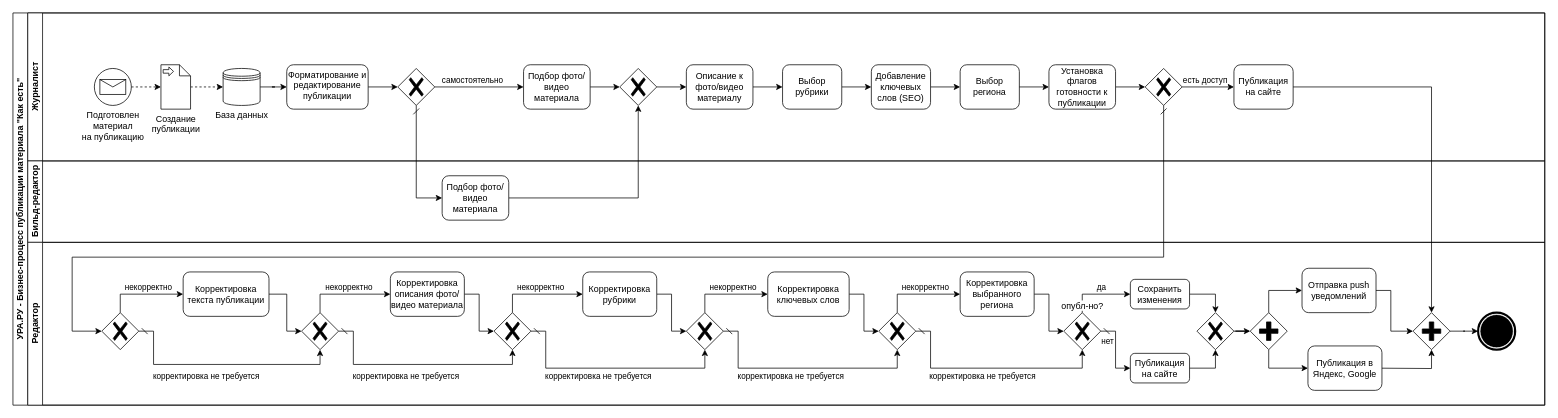
jsob/diagrams keeps this draw.io diagram as page "bpmn_uranews_v2" (2 of 3) of uranews.drawio. Above is the earlier version. Source tidied: cells renumbered, new cells numbered last; positions are measured from the earlier drawing's top-left corner, leaving out a move shared by most shapes. Both pictures are drawn from the tidied source at 74%, with x=0, y=0 at pixel (13, 13).
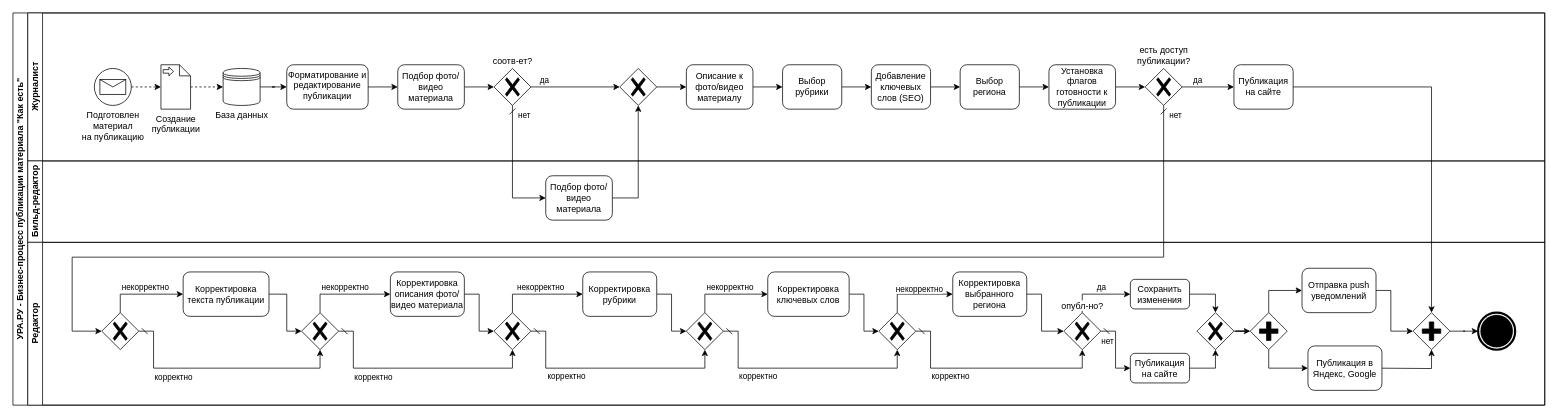
Above is the later version.

Unchanged cells that the change refers to:
```xml
<mxCell id="2" value="УРА.РУ - Бизнес-процесс публикации материала &quot;Как есть&quot;" style="swimlane;html=1;horizontal=0;startSize=20;whiteSpace=wrap;" parent="1" vertex="1">
  <mxGeometry width="2070" height="530" as="geometry" />
</mxCell>
<mxCell id="3" value="Журналист" style="swimlane;html=1;startSize=20;horizontal=0;" parent="2" vertex="1">
  <mxGeometry x="20" width="2050" height="200" as="geometry" />
</mxCell>
<mxCell id="9" value="Форматирование и редактирование&lt;br&gt;публикации" style="rounded=1;whiteSpace=wrap;html=1;verticalAlign=top;" parent="3" vertex="1">
  <mxGeometry x="350" y="70" width="110" height="60" as="geometry" />
</mxCell>
<mxCell id="26" style="edgeStyle=orthogonalEdgeStyle;rounded=0;jettySize=auto;html=1;entryX=0;entryY=0.5;entryDx=0;entryDy=0;" parent="3" edge="1" source="19" target="25">
  <mxGeometry relative="1" as="geometry" />
</mxCell>
<mxCell id="29" style="points=[[0.25,0.25,0],[0.5,0,0],[0.75,0.25,0],[1,0.5,0],[0.75,0.75,0],[0.5,1,0],[0.25,0.75,0],[0,0.5,0]];shape=mxgraph.bpmn.gateway2;html=1;verticalLabelPosition=bottom;labelBackgroundColor=#ffffff;verticalAlign=top;align=center;perimeter=rhombusPerimeter;outlineConnect=0;outline=none;symbol=none;gwType=exclusive;" parent="3" vertex="1">
  <mxGeometry x="800" y="75" width="50" height="50" as="geometry" />
</mxCell>
<mxCell id="35" value="Бильд-редактор" style="swimlane;html=1;startSize=20;horizontal=0;" parent="2" vertex="1">
  <mxGeometry x="20" y="200" width="2050" height="110" as="geometry" />
</mxCell>
<mxCell id="37" value="Редактор" style="swimlane;html=1;startSize=20;horizontal=0;" parent="2" vertex="1">
  <mxGeometry x="20" y="310" width="2050" height="220" as="geometry" />
</mxCell>
<mxCell id="44" style="edgeStyle=orthogonalEdgeStyle;rounded=0;jettySize=auto;html=1;exitX=0.5;exitY=0;exitDx=0;exitDy=0;exitPerimeter=0;entryX=0;entryY=0.5;entryDx=0;entryDy=0;" parent="37" edge="1" source="48" target="39">
  <mxGeometry relative="1" as="geometry" />
</mxCell>
<mxCell id="48" style="points=[[0.25,0.25,0],[0.5,0,0],[0.75,0.25,0],[1,0.5,0],[0.75,0.75,0],[0.5,1,0],[0.25,0.75,0],[0,0.5,0]];shape=mxgraph.bpmn.gateway2;html=1;verticalLabelPosition=bottom;labelBackgroundColor=#ffffff;verticalAlign=top;align=center;perimeter=rhombusPerimeter;outlineConnect=0;outline=none;symbol=none;gwType=exclusive;" parent="37" vertex="1">
  <mxGeometry x="100" y="95" width="50" height="50" as="geometry" />
</mxCell>
<mxCell id="49" style="edgeStyle=orthogonalEdgeStyle;rounded=0;jettySize=auto;html=1;exitX=0.5;exitY=0;exitDx=0;exitDy=0;exitPerimeter=0;entryX=0;entryY=0.5;entryDx=0;entryDy=0;" parent="37" edge="1" source="53" target="41">
  <mxGeometry relative="1" as="geometry">
    <Array as="points">
      <mxPoint x="395" y="70" />
    </Array>
  </mxGeometry>
</mxCell>
<mxCell id="53" style="points=[[0.25,0.25,0],[0.5,0,0],[0.75,0.25,0],[1,0.5,0],[0.75,0.75,0],[0.5,1,0],[0.25,0.75,0],[0,0.5,0]];shape=mxgraph.bpmn.gateway2;html=1;verticalLabelPosition=bottom;labelBackgroundColor=#ffffff;verticalAlign=top;align=center;perimeter=rhombusPerimeter;outlineConnect=0;outline=none;symbol=none;gwType=exclusive;" parent="37" vertex="1">
  <mxGeometry x="370" y="95" width="50" height="50" as="geometry" />
</mxCell>
<mxCell id="56" style="edgeStyle=orthogonalEdgeStyle;rounded=0;jettySize=auto;html=1;exitX=1;exitY=0.5;exitDx=0;exitDy=0;exitPerimeter=0;entryX=0.5;entryY=1;entryDx=0;entryDy=0;entryPerimeter=0;startArrow=dash;startFill=0;" parent="37" edge="1" source="58" target="65">
  <mxGeometry relative="1" as="geometry">
    <Array as="points">
      <mxPoint x="700" y="120" />
      <mxPoint x="700" y="170" />
      <mxPoint x="915" y="170" />
    </Array>
  </mxGeometry>
</mxCell>
<mxCell id="58" style="points=[[0.25,0.25,0],[0.5,0,0],[0.75,0.25,0],[1,0.5,0],[0.75,0.75,0],[0.5,1,0],[0.25,0.75,0],[0,0.5,0]];shape=mxgraph.bpmn.gateway2;html=1;verticalLabelPosition=bottom;labelBackgroundColor=#ffffff;verticalAlign=top;align=center;perimeter=rhombusPerimeter;outlineConnect=0;outline=none;symbol=none;gwType=exclusive;" parent="37" vertex="1">
  <mxGeometry x="630" y="95" width="50" height="50" as="geometry" />
</mxCell>
<mxCell id="61" style="edgeStyle=orthogonalEdgeStyle;rounded=0;jettySize=auto;html=1;exitX=0.5;exitY=0;exitDx=0;exitDy=0;exitPerimeter=0;entryX=0;entryY=0.5;entryDx=0;entryDy=0;" parent="37" edge="1" source="65" target="60">
  <mxGeometry relative="1" as="geometry" />
</mxCell>
<mxCell id="63" style="edgeStyle=orthogonalEdgeStyle;rounded=0;jettySize=auto;html=1;exitX=1;exitY=0.5;exitDx=0;exitDy=0;exitPerimeter=0;entryX=0.5;entryY=1;entryDx=0;entryDy=0;entryPerimeter=0;startArrow=dash;startFill=0;" parent="37" edge="1" source="65" target="72">
  <mxGeometry relative="1" as="geometry">
    <Array as="points">
      <mxPoint x="960" y="120" />
      <mxPoint x="960" y="170" />
      <mxPoint x="1175" y="170" />
    </Array>
  </mxGeometry>
</mxCell>
<mxCell id="68" style="edgeStyle=orthogonalEdgeStyle;rounded=0;jettySize=auto;html=1;exitX=0.5;exitY=0;exitDx=0;exitDy=0;exitPerimeter=0;entryX=0;entryY=0.5;entryDx=0;entryDy=0;" parent="37" edge="1" source="72" target="67">
  <mxGeometry relative="1" as="geometry" />
</mxCell>
<mxCell id="70" style="edgeStyle=orthogonalEdgeStyle;rounded=0;jettySize=auto;html=1;exitX=1;exitY=0.5;exitDx=0;exitDy=0;exitPerimeter=0;entryX=0.5;entryY=1;entryDx=0;entryDy=0;entryPerimeter=0;startArrow=dash;startFill=0;" parent="37" edge="1" source="72" target="77">
  <mxGeometry relative="1" as="geometry">
    <Array as="points">
      <mxPoint x="1220" y="120" />
      <mxPoint x="1220" y="170" />
      <mxPoint x="1425" y="170" />
    </Array>
  </mxGeometry>
</mxCell>
<mxCell id="77" value="опубл-но?" style="points=[[0.25,0.25,0],[0.5,0,0],[0.75,0.25,0],[1,0.5,0],[0.75,0.75,0],[0.5,1,0],[0.25,0.75,0],[0,0.5,0]];shape=mxgraph.bpmn.gateway2;html=1;verticalLabelPosition=top;labelBackgroundColor=#ffffff;verticalAlign=bottom;align=center;perimeter=rhombusPerimeter;outlineConnect=0;outline=none;symbol=none;gwType=exclusive;labelPosition=center;" parent="37" vertex="1">
  <mxGeometry x="1400" y="95" width="50" height="50" as="geometry" />
</mxCell>
<mxCell id="94" style="edgeStyle=orthogonalEdgeStyle;rounded=0;jettySize=auto;html=1;exitX=0.5;exitY=1;exitDx=0;exitDy=0;exitPerimeter=0;startArrow=dash;startFill=0;entryX=0;entryY=0.5;entryDx=0;entryDy=0;entryPerimeter=0;" parent="2" edge="1" source="19" target="48">
  <mxGeometry relative="1" as="geometry">
    <Array as="points">
      <mxPoint x="1555" y="330" />
      <mxPoint x="80" y="330" />
      <mxPoint x="80" y="430" />
    </Array>
  </mxGeometry>
</mxCell>
```

What changed in the source:
```diff
@@
+    <mxCell id="33" style="edgeStyle=orthogonalEdgeStyle;rounded=0;jettySize=auto;html=1;exitX=0.5;exitY=1;exitDx=0;exitDy=0;exitPerimeter=0;entryX=0;entryY=0.5;entryDx=0;entryDy=0;startArrow=dash;startFill=0;" parent="2" edge="1" source="32" target="36">
+      <mxGeometry relative="1" as="geometry" />
+    </mxCell>
+    <mxCell id="96" value="нет" style="edgeLabel;html=1;align=center;verticalAlign=middle;" parent="33" vertex="1">
+      <mxGeometry x="-0.86" relative="1" as="geometry">
+        <mxPoint x="15" as="offset" />
+      </mxGeometry>
+    </mxCell>
+    <mxCell id="34" style="edgeStyle=orthogonalEdgeStyle;rounded=0;jettySize=auto;html=1;exitX=1;exitY=0.5;exitDx=0;exitDy=0;entryX=0.5;entryY=1;entryDx=0;entryDy=0;entryPerimeter=0;" parent="2" edge="1" source="36" target="29">
+      <mxGeometry relative="1" as="geometry" />
+    </mxCell>
@@
-    <mxCell id="8" style="edgeStyle=orthogonalEdgeStyle;rounded=0;jettySize=auto;html=1;entryX=0;entryY=0.5;entryDx=0;entryDy=0;entryPerimeter=0;" parent="3" edge="1" source="9" target="32">
+    <mxCell id="8" style="edgeStyle=orthogonalEdgeStyle;rounded=0;jettySize=auto;html=1;entryX=0;entryY=0.5;entryDx=0;entryDy=0;" parent="3" edge="1" source="9" target="11">
       <mxGeometry relative="1" as="geometry" />
     </mxCell>
@@
-    <mxCell id="10" style="edgeStyle=orthogonalEdgeStyle;rounded=0;jettySize=auto;html=1;exitX=1;exitY=0.5;exitDx=0;exitDy=0;entryX=0;entryY=0.5;entryDx=0;entryDy=0;entryPerimeter=0;" parent="3" edge="1" source="11" target="29">
-      <mxGeometry relative="1" as="geometry" />
-    </mxCell>
+    <mxCell id="97" style="edgeStyle=orthogonalEdgeStyle;rounded=0;jettySize=auto;html=1;" parent="3" edge="1" source="11" target="32">
+      <mxGeometry relative="1" as="geometry" />
+    </mxCell>
     <mxCell id="11" value="Подбор фото/видео материала" style="rounded=1;whiteSpace=wrap;html=1;verticalAlign=middle;" parent="3" vertex="1">
-      <mxGeometry x="670" y="70" width="90" height="60" as="geometry" />
+      <mxGeometry x="500" y="70" width="90" height="60" as="geometry" />
     </mxCell>
-    <mxCell id="12" style="edgeStyle=orthogonalEdgeStyle;rounded=0;jettySize=auto;html=1;exitX=1;exitY=0.5;exitDx=0;exitDy=0;exitPerimeter=0;" parent="3" edge="1" source="32" target="11">
-      <mxGeometry relative="1" as="geometry" />
-    </mxCell>
-    <mxCell id="13" value="самостоятельно" style="edgeLabel;html=1;align=center;verticalAlign=middle;" parent="12" vertex="1">
-      <mxGeometry x="-0.69" y="-3" relative="1" as="geometry">
-        <mxPoint x="31" y="-13" as="offset" />
-      </mxGeometry>
-    </mxCell>
@@
-    <mxCell id="19" style="points=[[0.25,0.25,0],[0.5,0,0],[0.75,0.25,0],[1,0.5,0],[0.75,0.75,0],[0.5,1,0],[0.25,0.75,0],[0,0.5,0]];shape=mxgraph.bpmn.gateway2;html=1;verticalLabelPosition=bottom;labelBackgroundColor=#ffffff;verticalAlign=top;align=center;perimeter=rhombusPerimeter;outlineConnect=0;outline=none;symbol=none;gwType=exclusive;" parent="3" vertex="1">
+    <mxCell id="19" value="есть доступ &lt;br&gt;публикации?" style="points=[[0.25,0.25,0],[0.5,0,0],[0.75,0.25,0],[1,0.5,0],[0.75,0.75,0],[0.5,1,0],[0.25,0.75,0],[0,0.5,0]];shape=mxgraph.bpmn.gateway2;html=1;verticalLabelPosition=top;labelBackgroundColor=#ffffff;verticalAlign=bottom;align=center;perimeter=rhombusPerimeter;outlineConnect=0;outline=none;symbol=none;gwType=exclusive;labelPosition=center;" parent="3" vertex="1">
       <mxGeometry x="1510" y="75" width="50" height="50" as="geometry" />
     </mxCell>
@@
-    <mxCell id="27" value="есть доступ" style="edgeLabel;html=1;align=center;verticalAlign=middle;" parent="26" vertex="1">
-      <mxGeometry x="-0.83" y="1" relative="1" as="geometry">
-        <mxPoint x="24" y="-9" as="offset" />
-      </mxGeometry>
-    </mxCell>
+    <mxCell id="98" value="да" style="edgeLabel;html=1;align=center;verticalAlign=middle;" parent="26" vertex="1">
+      <mxGeometry x="-0.35" y="-1" relative="1" as="geometry">
+        <mxPoint x="-3" y="-11" as="offset" />
+      </mxGeometry>
+    </mxCell>
@@
+    <mxCell id="99" style="edgeStyle=orthogonalEdgeStyle;rounded=0;jettySize=auto;html=1;exitX=1;exitY=0.5;exitDx=0;exitDy=0;exitPerimeter=0;entryX=0;entryY=0.5;entryDx=0;entryDy=0;entryPerimeter=0;" parent="3" edge="1" source="32" target="29">
+      <mxGeometry relative="1" as="geometry" />
+    </mxCell>
+    <mxCell id="100" value="да" style="edgeLabel;html=1;align=center;verticalAlign=middle;" parent="99" vertex="1">
+      <mxGeometry x="-0.72" y="-1" relative="1" as="geometry">
+        <mxPoint y="-11" as="offset" />
+      </mxGeometry>
+    </mxCell>
-    <mxCell id="32" style="points=[[0.25,0.25,0],[0.5,0,0],[0.75,0.25,0],[1,0.5,0],[0.75,0.75,0],[0.5,1,0],[0.25,0.75,0],[0,0.5,0]];shape=mxgraph.bpmn.gateway2;html=1;verticalLabelPosition=bottom;labelBackgroundColor=#ffffff;verticalAlign=top;align=center;perimeter=rhombusPerimeter;outlineConnect=0;outline=none;symbol=none;gwType=exclusive;" parent="3" vertex="1">
-      <mxGeometry x="500" y="75" width="50" height="50" as="geometry" />
+    <mxCell id="32" value="соотв-ет?" style="points=[[0.25,0.25,0],[0.5,0,0],[0.75,0.25,0],[1,0.5,0],[0.75,0.75,0],[0.5,1,0],[0.25,0.75,0],[0,0.5,0]];shape=mxgraph.bpmn.gateway2;html=1;verticalLabelPosition=top;labelBackgroundColor=#ffffff;verticalAlign=bottom;align=center;perimeter=rhombusPerimeter;outlineConnect=0;outline=none;symbol=none;gwType=exclusive;labelPosition=center;" parent="3" vertex="1">
+      <mxGeometry x="630" y="75" width="50" height="50" as="geometry" />
     </mxCell>
-    <mxCell id="33" style="edgeStyle=orthogonalEdgeStyle;rounded=0;jettySize=auto;html=1;exitX=0.5;exitY=1;exitDx=0;exitDy=0;exitPerimeter=0;entryX=0;entryY=0.5;entryDx=0;entryDy=0;startArrow=dash;startFill=0;" parent="2" edge="1" source="32" target="36">
-      <mxGeometry relative="1" as="geometry" />
-    </mxCell>
-    <mxCell id="34" style="edgeStyle=orthogonalEdgeStyle;rounded=0;jettySize=auto;html=1;exitX=1;exitY=0.5;exitDx=0;exitDy=0;entryX=0.5;entryY=1;entryDx=0;entryDy=0;entryPerimeter=0;" parent="2" edge="1" source="36" target="29">
-      <mxGeometry relative="1" as="geometry" />
-    </mxCell>
@@
     <mxCell id="36" value="Подбор фото/видео материала" style="rounded=1;whiteSpace=wrap;html=1;verticalAlign=middle;" parent="35" vertex="1">
-      <mxGeometry x="560" y="20" width="90" height="60" as="geometry" />
+      <mxGeometry x="700" y="20" width="90" height="60" as="geometry" />
     </mxCell>
@@
     <mxCell id="45" value="некорректно" style="edgeLabel;html=1;align=center;verticalAlign=middle;" parent="44" vertex="1">
-      <mxGeometry x="-0.39" y="-2" relative="1" as="geometry">
+      <mxGeometry x="-0.46" y="-2" relative="1" as="geometry">
         <mxPoint x="28" y="-12" as="offset" />
       </mxGeometry>
     </mxCell>
     <mxCell id="46" style="edgeStyle=orthogonalEdgeStyle;rounded=0;jettySize=auto;html=1;exitX=1;exitY=0.5;exitDx=0;exitDy=0;exitPerimeter=0;startArrow=dash;startFill=0;entryX=0.5;entryY=1;entryDx=0;entryDy=0;entryPerimeter=0;" parent="37" edge="1" source="48" target="53">
       <mxGeometry relative="1" as="geometry">
         <Array as="points">
           <mxPoint x="170" y="120" />
-          <mxPoint x="170" y="165" />
-          <mxPoint x="395" y="165" />
+          <mxPoint x="170" y="170" />
+          <mxPoint x="395" y="170" />
         </Array>
       </mxGeometry>
     </mxCell>
-    <mxCell id="47" value="корректировка не требуется" style="edgeLabel;html=1;align=center;verticalAlign=middle;" parent="46" vertex="1">
-      <mxGeometry x="-0.42" y="-1" relative="1" as="geometry">
-        <mxPoint x="45" y="14" as="offset" />
+    <mxCell id="47" value="корректно" style="edgeLabel;html=1;align=center;verticalAlign=middle;" parent="46" vertex="1">
+      <mxGeometry x="-0.43" y="3" relative="1" as="geometry">
+        <mxPoint x="5" y="14" as="offset" />
       </mxGeometry>
     </mxCell>
@@
     <mxCell id="50" value="некорректно" style="edgeLabel;html=1;align=center;verticalAlign=middle;" parent="49" vertex="1">
-      <mxGeometry x="-0.12" y="1" relative="1" as="geometry">
+      <mxGeometry x="-0.2" y="1" relative="1" as="geometry">
         <mxPoint x="10" y="-9" as="offset" />
       </mxGeometry>
     </mxCell>
     <mxCell id="51" style="edgeStyle=orthogonalEdgeStyle;rounded=0;jettySize=auto;html=1;entryX=0.5;entryY=1;entryDx=0;entryDy=0;entryPerimeter=0;exitX=1;exitY=0.5;exitDx=0;exitDy=0;exitPerimeter=0;startArrow=dash;startFill=0;" parent="37" edge="1" source="53" target="58">
       <mxGeometry relative="1" as="geometry">
         <Array as="points">
           <mxPoint x="440" y="120" />
-          <mxPoint x="440" y="165" />
-          <mxPoint x="655" y="165" />
+          <mxPoint x="440" y="170" />
+          <mxPoint x="655" y="170" />
         </Array>
       </mxGeometry>
     </mxCell>
-    <mxCell id="52" value="корректировка не требуется" style="edgeLabel;html=1;align=center;verticalAlign=middle;" parent="51" vertex="1">
-      <mxGeometry x="-0.32" relative="1" as="geometry">
-        <mxPoint x="33" y="15" as="offset" />
+    <mxCell id="52" value="корректно" style="edgeLabel;html=1;align=center;verticalAlign=middle;" parent="51" vertex="1">
+      <mxGeometry x="-0.33" y="3" relative="1" as="geometry">
+        <mxPoint x="-8" y="15" as="offset" />
       </mxGeometry>
     </mxCell>
@@
-    <mxCell id="57" value="корректировка не требуется" style="edgeLabel;html=1;align=center;verticalAlign=middle;" parent="56" vertex="1">
+    <mxCell id="57" value="корректно" style="edgeLabel;html=1;align=center;verticalAlign=middle;" parent="56" vertex="1">
       <mxGeometry x="-0.3" y="-2" relative="1" as="geometry">
-        <mxPoint x="31" y="8" as="offset" />
+        <mxPoint x="-12" y="8" as="offset" />
       </mxGeometry>
     </mxCell>
@@
     <mxCell id="62" value="некорректно" style="edgeLabel;html=1;align=center;verticalAlign=middle;" parent="61" vertex="1">
-      <mxGeometry x="-0.37" y="1" relative="1" as="geometry">
+      <mxGeometry x="-0.44" y="1" relative="1" as="geometry">
         <mxPoint x="27" y="-9" as="offset" />
       </mxGeometry>
     </mxCell>
@@
-    <mxCell id="64" value="корректировка не требуется" style="edgeLabel;html=1;align=center;verticalAlign=middle;" parent="63" vertex="1">
-      <mxGeometry x="-0.3" relative="1" as="geometry">
-        <mxPoint x="31" y="10" as="offset" />
+    <mxCell id="64" value="корректно" style="edgeLabel;html=1;align=center;verticalAlign=middle;" parent="63" vertex="1">
+      <mxGeometry x="-0.32" relative="1" as="geometry">
+        <mxPoint x="-9" y="10" as="offset" />
       </mxGeometry>
     </mxCell>
@@
     <mxCell id="66" style="edgeStyle=orthogonalEdgeStyle;rounded=0;jettySize=auto;html=1;exitX=1;exitY=0.5;exitDx=0;exitDy=0;entryX=0;entryY=0.5;entryDx=0;entryDy=0;entryPerimeter=0;" parent="37" edge="1" source="67" target="77">
       <mxGeometry relative="1" as="geometry">
         <Array as="points">
-          <mxPoint x="1380" y="70" />
-          <mxPoint x="1380" y="120" />
+          <mxPoint x="1370" y="70" />
+          <mxPoint x="1370" y="120" />
         </Array>
       </mxGeometry>
     </mxCell>
     <mxCell id="67" value="Корректировка выбранного региона" style="rounded=1;whiteSpace=wrap;html=1;verticalAlign=middle;" parent="37" vertex="1">
-      <mxGeometry x="1260" y="40" width="100" height="60" as="geometry" />
+      <mxGeometry x="1250" y="40" width="100" height="60" as="geometry" />
     </mxCell>
@@
     <mxCell id="69" value="некорректно" style="edgeLabel;html=1;align=center;verticalAlign=middle;" parent="68" vertex="1">
-      <mxGeometry x="-0.4" y="-1" relative="1" as="geometry">
+      <mxGeometry x="-0.51" y="-3" relative="1" as="geometry">
         <mxPoint x="29" y="-11" as="offset" />
       </mxGeometry>
     </mxCell>
@@
-    <mxCell id="71" value="корректировка не требуется" style="edgeLabel;html=1;align=center;verticalAlign=middle;" parent="70" vertex="1">
-      <mxGeometry x="-0.34" relative="1" as="geometry">
-        <mxPoint x="40" y="10" as="offset" />
+    <mxCell id="71" value="корректно" style="edgeLabel;html=1;align=center;verticalAlign=middle;" parent="70" vertex="1">
+      <mxGeometry x="-0.37" relative="1" as="geometry">
+        <mxPoint x="1" y="10" as="offset" />
       </mxGeometry>
     </mxCell>
@@
+    <mxCell id="101" value="нет" style="edgeLabel;html=1;align=center;verticalAlign=middle;" parent="94" vertex="1">
+      <mxGeometry x="-0.98" y="1" relative="1" as="geometry">
+        <mxPoint x="14" y="-6" as="offset" />
+      </mxGeometry>
+    </mxCell>
```
